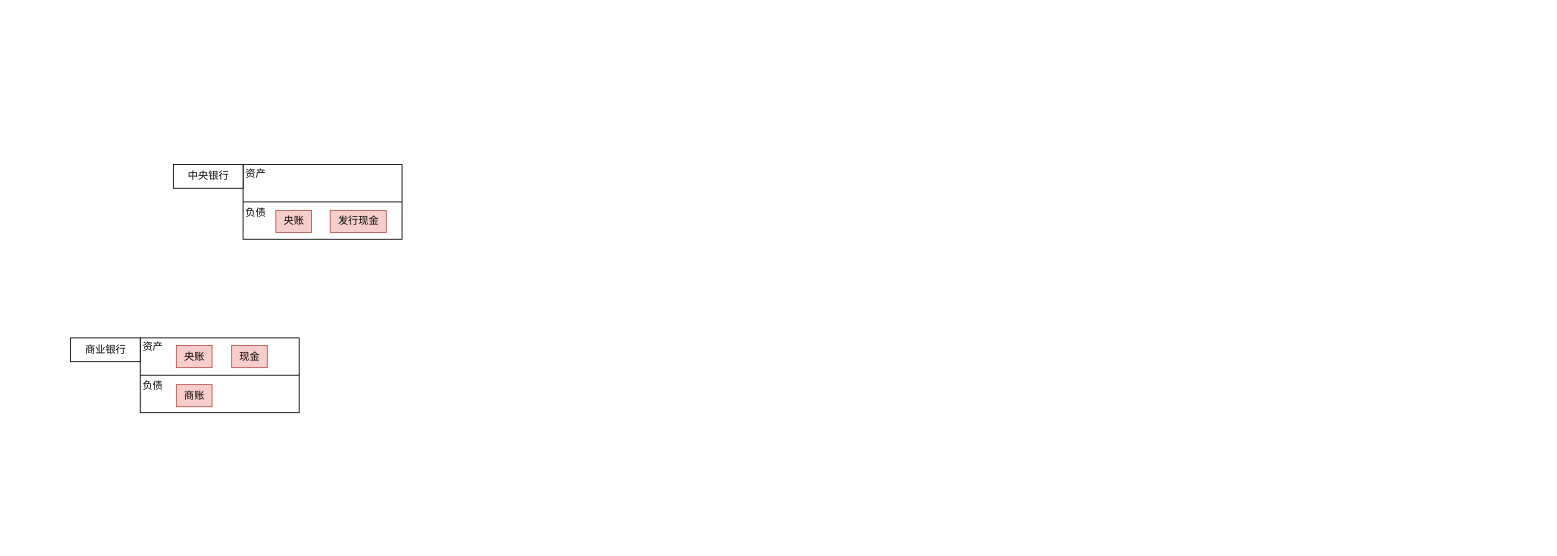
This is 信用货币体系.drawio from AngLI1992/draw.io, a draw.io file, before an edit. Source tidied: cells renumbered, new cells numbered last; positions are measured from the earlier drawing's top-left corner, leaving out a move shared by most shapes. Both pictures are drawn from the tidied source at 85%, with x=0, y=0 at pixel (71, 162).
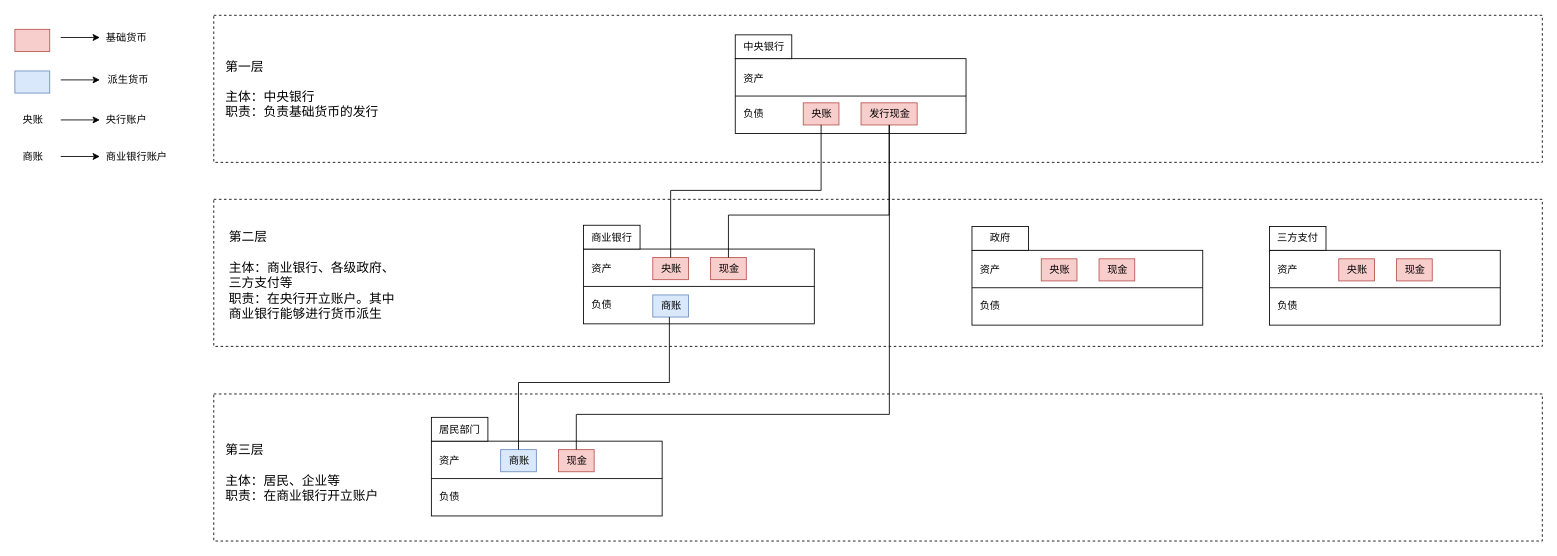
Above is the later version.

Commit message (it also covers changes not shown here):
更新信用货币体系.drawio

What changed in the source:
```diff
@@
-    <mxCell id="2" style="rounded=0;whiteSpace=wrap;html=1;" parent="1" vertex="1">
-      <mxGeometry x="202.5" y="2" width="187" height="88" as="geometry" />
-    </mxCell>
-    <mxCell id="3" value="中央银行" style="rounded=0;whiteSpace=wrap;html=1;" parent="1" vertex="1">
-      <mxGeometry x="120.5" y="2" width="82" height="28" as="geometry" />
-    </mxCell>
-    <mxCell id="4" style="endArrow=none;html=1;rounded=0;exitX=0;exitY=0.5;exitDx=0;exitDy=0;entryX=1;entryY=0.5;entryDx=0;entryDy=0;" parent="1" edge="1" source="2" target="2">
-      <mxGeometry relative="1" as="geometry" />
-    </mxCell>
-    <mxCell id="5" value="资产" style="text;html=1;align=center;verticalAlign=middle;strokeColor=none;fillColor=none;" parent="1" vertex="1">
-      <mxGeometry x="196" width="42" height="26" as="geometry" />
-    </mxCell>
-    <mxCell id="6" value="负债" style="text;html=1;align=center;verticalAlign=middle;strokeColor=none;fillColor=none;" parent="1" vertex="1">
-      <mxGeometry x="196" y="46" width="42" height="26" as="geometry" />
-    </mxCell>
-    <mxCell id="7" value="央账" style="text;html=1;align=center;verticalAlign=middle;strokeColor=#b85450;fillColor=#f8cecc;" parent="1" vertex="1">
-      <mxGeometry x="241" y="56" width="42" height="26" as="geometry" />
-    </mxCell>
-    <mxCell id="8" value="发行现金" style="text;html=1;align=center;verticalAlign=middle;points=[];strokeColor=#b85450;fillColor=#f8cecc;" parent="1" vertex="1">
-      <mxGeometry x="305" y="56" width="66" height="26" as="geometry" />
-    </mxCell>
+    <mxCell id="17" style="rounded=0;whiteSpace=wrap;html=1;dashed=1;" parent="1" vertex="1">
+      <mxGeometry x="168" y="272" width="1563" height="173" as="geometry" />
+    </mxCell>
+    <mxCell id="18" style="rounded=0;whiteSpace=wrap;html=1;dashed=1;" parent="1" vertex="1">
+      <mxGeometry x="168" y="43" width="1563" height="173" as="geometry" />
+    </mxCell>
+    <mxCell id="19" style="rounded=0;whiteSpace=wrap;html=1;dashed=1;" parent="1" vertex="1">
+      <mxGeometry x="168" y="-173.5" width="1563" height="173" as="geometry" />
+    </mxCell>
     <mxCell id="9" style="rounded=0;whiteSpace=wrap;html=1;" parent="1" vertex="1">
-      <mxGeometry x="81.5" y="206" width="187" height="88" as="geometry" />
+      <mxGeometry x="603" y="101.5" width="271.5" height="88" as="geometry" />
     </mxCell>
     <mxCell id="10" value="商业银行" style="rounded=0;whiteSpace=wrap;html=1;" parent="1" vertex="1">
-      <mxGeometry x="-0.5" y="206" width="82" height="28" as="geometry" />
+      <mxGeometry x="603" y="73.5" width="66.5" height="28" as="geometry" />
     </mxCell>
@@
     <mxCell id="12" value="资产" style="text;html=1;align=center;verticalAlign=middle;strokeColor=none;fillColor=none;" parent="1" vertex="1">
-      <mxGeometry x="75" y="204" width="42" height="26" as="geometry" />
+      <mxGeometry x="603" y="111.5" width="42" height="26" as="geometry" />
     </mxCell>
     <mxCell id="13" value="负债" style="text;html=1;align=center;verticalAlign=middle;strokeColor=none;fillColor=none;" parent="1" vertex="1">
-      <mxGeometry x="75" y="250" width="42" height="26" as="geometry" />
+      <mxGeometry x="603" y="153.5" width="42" height="26" as="geometry" />
     </mxCell>
     <mxCell id="14" value="央账" style="text;html=1;align=center;verticalAlign=middle;points=[];strokeColor=#b85450;fillColor=#f8cecc;" parent="1" vertex="1">
-      <mxGeometry x="124" y="215" width="42" height="26" as="geometry" />
+      <mxGeometry x="684.5" y="111.5" width="42" height="26" as="geometry" />
     </mxCell>
     <mxCell id="15" value="现金" style="text;html=1;align=center;verticalAlign=middle;points=[];strokeColor=#b85450;fillColor=#f8cecc;" parent="1" vertex="1">
-      <mxGeometry x="189" y="215" width="42" height="26" as="geometry" />
+      <mxGeometry x="752.5" y="111.5" width="42" height="26" as="geometry" />
     </mxCell>
-    <mxCell id="16" value="商账" style="text;html=1;align=center;verticalAlign=middle;strokeColor=#b85450;fillColor=#f8cecc;" parent="1" vertex="1">
-      <mxGeometry x="124" y="261" width="42" height="26" as="geometry" />
+    <mxCell id="16" value="商账" style="text;html=1;align=center;verticalAlign=middle;strokeColor=#6c8ebf;fillColor=#dae8fc;" parent="1" vertex="1">
+      <mxGeometry x="684.5" y="155.5" width="42" height="26" as="geometry" />
     </mxCell>
+    <mxCell id="20" style="rounded=0;whiteSpace=wrap;html=1;" parent="1" vertex="1">
+      <mxGeometry x="781.5" y="-122.5" width="271.5" height="88" as="geometry" />
+    </mxCell>
+    <mxCell id="3" value="中央银行" style="rounded=0;whiteSpace=wrap;html=1;" parent="1" vertex="1">
+      <mxGeometry x="781.5" y="-150.5" width="66.5" height="28" as="geometry" />
+    </mxCell>
+    <mxCell id="21" style="endArrow=none;html=1;rounded=0;exitX=0;exitY=0.5;exitDx=0;exitDy=0;entryX=1;entryY=0.5;entryDx=0;entryDy=0;" parent="1" edge="1" source="20" target="20">
+      <mxGeometry relative="1" as="geometry" />
+    </mxCell>
+    <mxCell id="22" value="资产" style="text;html=1;align=center;verticalAlign=middle;strokeColor=none;fillColor=none;" parent="1" vertex="1">
+      <mxGeometry x="781.5" y="-112.5" width="42" height="26" as="geometry" />
+    </mxCell>
+    <mxCell id="23" value="负债" style="text;html=1;align=center;verticalAlign=middle;strokeColor=none;fillColor=none;" parent="1" vertex="1">
+      <mxGeometry x="781.5" y="-70.5" width="42" height="26" as="geometry" />
+    </mxCell>
+    <mxCell id="24" value="央账" style="text;html=1;align=center;verticalAlign=middle;points=[];strokeColor=#b85450;fillColor=#f8cecc;" parent="1" vertex="1">
+      <mxGeometry x="861.5" y="-70.5" width="42" height="26" as="geometry" />
+    </mxCell>
+    <mxCell id="8" value="发行现金" style="text;html=1;align=center;verticalAlign=middle;points=[];strokeColor=#b85450;fillColor=#f8cecc;" parent="1" vertex="1">
+      <mxGeometry x="929.5" y="-70.5" width="66" height="26" as="geometry" />
+    </mxCell>
+    <mxCell id="25" style="edgeStyle=orthogonalEdgeStyle;rounded=0;jettySize=auto;html=1;startArrow=none;startFill=0;endArrow=none;endFill=0;" parent="1" edge="1" source="14" target="24">
+      <mxGeometry relative="1" as="geometry">
+        <Array as="points">
+          <mxPoint x="705.5" y="32.5" />
+          <mxPoint x="882.5" y="32.5" />
+        </Array>
+      </mxGeometry>
+    </mxCell>
+    <mxCell id="26" style="edgeStyle=orthogonalEdgeStyle;rounded=0;jettySize=auto;html=1;entryX=0.5;entryY=1;entryDx=0;entryDy=0;entryPerimeter=0;endArrow=none;endFill=0;" parent="1" edge="1" source="15" target="8">
+      <mxGeometry relative="1" as="geometry">
+        <Array as="points">
+          <mxPoint x="774" y="61.5" />
+          <mxPoint x="963" y="61.5" />
+        </Array>
+      </mxGeometry>
+    </mxCell>
+    <mxCell id="27" style="rounded=0;whiteSpace=wrap;html=1;" parent="1" vertex="1">
+      <mxGeometry x="424" y="327.5" width="271.5" height="88" as="geometry" />
+    </mxCell>
+    <mxCell id="28" value="居民部门" style="rounded=0;whiteSpace=wrap;html=1;" parent="1" vertex="1">
+      <mxGeometry x="424" y="299.5" width="66.5" height="28" as="geometry" />
+    </mxCell>
+    <mxCell id="29" style="endArrow=none;html=1;rounded=0;exitX=0;exitY=0.5;exitDx=0;exitDy=0;entryX=1;entryY=0.5;entryDx=0;entryDy=0;" parent="1" edge="1" source="27" target="27">
+      <mxGeometry relative="1" as="geometry" />
+    </mxCell>
+    <mxCell id="30" value="资产" style="text;html=1;align=center;verticalAlign=middle;strokeColor=none;fillColor=none;" parent="1" vertex="1">
+      <mxGeometry x="424" y="337.5" width="42" height="26" as="geometry" />
+    </mxCell>
+    <mxCell id="31" value="负债" style="text;html=1;align=center;verticalAlign=middle;strokeColor=none;fillColor=none;" parent="1" vertex="1">
+      <mxGeometry x="424" y="379.5" width="42" height="26" as="geometry" />
+    </mxCell>
+    <mxCell id="32" value="商账" style="text;html=1;align=center;verticalAlign=middle;points=[];strokeColor=#6c8ebf;fillColor=#dae8fc;" parent="1" vertex="1">
+      <mxGeometry x="505.5" y="337.5" width="42" height="26" as="geometry" />
+    </mxCell>
+    <mxCell id="33" value="现金" style="text;html=1;align=center;verticalAlign=middle;points=[];strokeColor=#b85450;fillColor=#f8cecc;" parent="1" vertex="1">
+      <mxGeometry x="573.5" y="337.5" width="42" height="26" as="geometry" />
+    </mxCell>
+    <mxCell id="34" style="edgeStyle=orthogonalEdgeStyle;rounded=0;jettySize=auto;html=1;startArrow=none;startFill=0;endArrow=none;endFill=0;" parent="1" edge="1" source="32">
+      <mxGeometry relative="1" as="geometry">
+        <mxPoint x="704" y="181.5" as="targetPoint" />
+        <Array as="points">
+          <mxPoint x="526.5" y="258.5" />
+          <mxPoint x="703.5" y="258.5" />
+        </Array>
+      </mxGeometry>
+    </mxCell>
+    <mxCell id="35" style="edgeStyle=orthogonalEdgeStyle;rounded=0;jettySize=auto;html=1;entryX=0.505;entryY=1;entryDx=0;entryDy=0;entryPerimeter=0;endArrow=none;endFill=0;" parent="1" edge="1" source="33" target="8">
+      <mxGeometry relative="1" as="geometry">
+        <Array as="points">
+          <mxPoint x="595" y="296" />
+          <mxPoint x="963" y="296" />
+        </Array>
+      </mxGeometry>
+    </mxCell>
+    <mxCell id="36" value="&amp;nbsp; &amp;nbsp; &amp;nbsp; &amp;nbsp;" style="text;html=1;align=center;verticalAlign=middle;strokeColor=#b85450;fillColor=#f8cecc;" parent="1" vertex="1">
+      <mxGeometry x="-66" y="-157" width="41" height="26" as="geometry" />
+    </mxCell>
+    <mxCell id="37" value="基础货币" style="text;html=1;align=center;verticalAlign=middle;strokeColor=none;fillColor=none;" parent="1" vertex="1">
+      <mxGeometry x="32" y="-160" width="66" height="26" as="geometry" />
+    </mxCell>
+    <mxCell id="38" value="&amp;nbsp; &amp;nbsp; &amp;nbsp; &amp;nbsp;" style="text;html=1;align=center;verticalAlign=middle;strokeColor=#6c8ebf;fillColor=#dae8fc;" parent="1" vertex="1">
+      <mxGeometry x="-66" y="-108" width="41" height="26" as="geometry" />
+    </mxCell>
+    <mxCell id="39" value="派生货币" style="text;html=1;align=center;verticalAlign=middle;strokeColor=none;fillColor=none;" parent="1" vertex="1">
+      <mxGeometry x="34" y="-110" width="66" height="26" as="geometry" />
+    </mxCell>
+    <mxCell id="40" style="rounded=0;whiteSpace=wrap;html=1;" parent="1" vertex="1">
+      <mxGeometry x="1060" y="103" width="271.5" height="88" as="geometry" />
+    </mxCell>
+    <mxCell id="41" value="政府" style="rounded=0;whiteSpace=wrap;html=1;" parent="1" vertex="1">
+      <mxGeometry x="1060" y="75" width="66.5" height="28" as="geometry" />
+    </mxCell>
+    <mxCell id="42" style="endArrow=none;html=1;rounded=0;exitX=0;exitY=0.5;exitDx=0;exitDy=0;entryX=1;entryY=0.5;entryDx=0;entryDy=0;" parent="1" edge="1" source="40" target="40">
+      <mxGeometry relative="1" as="geometry" />
+    </mxCell>
+    <mxCell id="43" value="资产" style="text;html=1;align=center;verticalAlign=middle;strokeColor=none;fillColor=none;" parent="1" vertex="1">
+      <mxGeometry x="1060" y="113" width="42" height="26" as="geometry" />
+    </mxCell>
+    <mxCell id="44" value="负债" style="text;html=1;align=center;verticalAlign=middle;strokeColor=none;fillColor=none;" parent="1" vertex="1">
+      <mxGeometry x="1060" y="155" width="42" height="26" as="geometry" />
+    </mxCell>
+    <mxCell id="45" value="央账" style="text;html=1;align=center;verticalAlign=middle;strokeColor=#b85450;fillColor=#f8cecc;" parent="1" vertex="1">
+      <mxGeometry x="1141.5" y="113" width="42" height="26" as="geometry" />
+    </mxCell>
+    <mxCell id="46" value="现金" style="text;html=1;align=center;verticalAlign=middle;strokeColor=#b85450;fillColor=#f8cecc;" parent="1" vertex="1">
+      <mxGeometry x="1209.5" y="113" width="42" height="26" as="geometry" />
+    </mxCell>
+    <mxCell id="47" style="rounded=0;whiteSpace=wrap;html=1;" parent="1" vertex="1">
+      <mxGeometry x="1410" y="103" width="271.5" height="88" as="geometry" />
+    </mxCell>
+    <mxCell id="48" value="三方支付" style="rounded=0;whiteSpace=wrap;html=1;" parent="1" vertex="1">
+      <mxGeometry x="1410" y="75" width="66.5" height="28" as="geometry" />
+    </mxCell>
+    <mxCell id="49" style="endArrow=none;html=1;rounded=0;exitX=0;exitY=0.5;exitDx=0;exitDy=0;entryX=1;entryY=0.5;entryDx=0;entryDy=0;" parent="1" edge="1" source="47" target="47">
+      <mxGeometry relative="1" as="geometry" />
+    </mxCell>
+    <mxCell id="50" value="资产" style="text;html=1;align=center;verticalAlign=middle;strokeColor=none;fillColor=none;" parent="1" vertex="1">
+      <mxGeometry x="1410" y="113" width="42" height="26" as="geometry" />
+    </mxCell>
+    <mxCell id="51" value="负债" style="text;html=1;align=center;verticalAlign=middle;strokeColor=none;fillColor=none;" parent="1" vertex="1">
+      <mxGeometry x="1410" y="155" width="42" height="26" as="geometry" />
+    </mxCell>
+    <mxCell id="52" value="央账" style="text;html=1;align=center;verticalAlign=middle;strokeColor=#b85450;fillColor=#f8cecc;" parent="1" vertex="1">
+      <mxGeometry x="1491.5" y="113" width="42" height="26" as="geometry" />
+    </mxCell>
+    <mxCell id="53" value="现金" style="text;html=1;align=center;verticalAlign=middle;strokeColor=#b85450;fillColor=#f8cecc;" parent="1" vertex="1">
+      <mxGeometry x="1559.5" y="113" width="42" height="26" as="geometry" />
+    </mxCell>
+    <mxCell id="54" value="&lt;div style=&quot;text-align: left;&quot;&gt;&lt;span style=&quot;background-color: initial;&quot;&gt;第一层&amp;nbsp;&lt;/span&gt;&lt;/div&gt;&lt;div style=&quot;text-align: left;&quot;&gt;&lt;span style=&quot;background-color: initial;&quot;&gt;&lt;br&gt;&lt;/span&gt;&lt;/div&gt;&lt;div style=&quot;text-align: left;&quot;&gt;&lt;span style=&quot;background-color: initial;&quot;&gt;主体：中央银行&lt;/span&gt;&lt;/div&gt;&lt;div style=&quot;text-align: left;&quot;&gt;&lt;span style=&quot;background-color: initial;&quot;&gt;职责：负责基础货币的发行&lt;/span&gt;&lt;/div&gt;" style="text;html=1;strokeColor=none;fillColor=none;align=center;verticalAlign=middle;whiteSpace=wrap;rounded=0;fontSize=15;" parent="1" vertex="1">
+      <mxGeometry x="174" y="-116" width="196" height="58" as="geometry" />
+    </mxCell>
+    <mxCell id="55" value="&lt;div style=&quot;text-align: left;&quot;&gt;&lt;span style=&quot;background-color: initial;&quot;&gt;第二层&amp;nbsp;&lt;/span&gt;&lt;/div&gt;&lt;div style=&quot;text-align: left;&quot;&gt;&lt;span style=&quot;background-color: initial;&quot;&gt;&lt;br&gt;&lt;/span&gt;&lt;/div&gt;&lt;div style=&quot;text-align: left;&quot;&gt;&lt;span style=&quot;background-color: initial;&quot;&gt;主体：商业银行、各级政府、三方支付等&lt;/span&gt;&lt;/div&gt;&lt;div style=&quot;text-align: left;&quot;&gt;&lt;span style=&quot;background-color: initial;&quot;&gt;职责：在央行开立账户。其中商业银行能够进行货币派生&lt;/span&gt;&lt;/div&gt;" style="text;html=1;strokeColor=none;fillColor=none;align=center;verticalAlign=middle;whiteSpace=wrap;rounded=0;fontSize=15;" parent="1" vertex="1">
+      <mxGeometry x="185" y="103" width="210" height="58" as="geometry" />
+    </mxCell>
+    <mxCell id="56" value="&lt;div style=&quot;text-align: left;&quot;&gt;&lt;span style=&quot;background-color: initial;&quot;&gt;第三层&amp;nbsp;&lt;/span&gt;&lt;/div&gt;&lt;div style=&quot;text-align: left;&quot;&gt;&lt;span style=&quot;background-color: initial;&quot;&gt;&lt;br&gt;&lt;/span&gt;&lt;/div&gt;&lt;div style=&quot;text-align: left;&quot;&gt;&lt;span style=&quot;background-color: initial;&quot;&gt;主体：居民、企业等&lt;/span&gt;&lt;/div&gt;&lt;div style=&quot;text-align: left;&quot;&gt;&lt;span style=&quot;background-color: initial;&quot;&gt;职责：在商业银行开立账户&lt;/span&gt;&lt;/div&gt;" style="text;html=1;strokeColor=none;fillColor=none;align=center;verticalAlign=middle;whiteSpace=wrap;rounded=0;fontSize=15;" parent="1" vertex="1">
+      <mxGeometry x="167" y="334.5" width="210" height="58" as="geometry" />
+    </mxCell>
+    <mxCell id="57" value="央账" style="text;html=1;align=center;verticalAlign=middle;strokeColor=none;fillColor=none;" parent="1" vertex="1">
+      <mxGeometry x="-66" y="-63" width="42" height="26" as="geometry" />
+    </mxCell>
+    <mxCell id="58" value="央行账户" style="text;html=1;align=center;verticalAlign=middle;strokeColor=none;fillColor=none;" parent="1" vertex="1">
+      <mxGeometry x="32" y="-63" width="66" height="26" as="geometry" />
+    </mxCell>
+    <mxCell id="59" value="商账" style="text;html=1;align=center;verticalAlign=middle;strokeColor=none;fillColor=none;" parent="1" vertex="1">
+      <mxGeometry x="-66" y="-20" width="42" height="26" as="geometry" />
+    </mxCell>
+    <mxCell id="60" value="商业银行账户" style="text;html=1;align=center;verticalAlign=middle;strokeColor=none;fillColor=none;" parent="1" vertex="1">
+      <mxGeometry x="32" y="-20" width="90" height="26" as="geometry" />
+    </mxCell>
+    <mxCell id="61" style="endArrow=classic;html=1;rounded=0;" parent="1" edge="1">
+      <mxGeometry relative="1" as="geometry">
+        <mxPoint x="-12" y="-7.4" as="sourcePoint" />
+        <mxPoint x="34" y="-7.4" as="targetPoint" />
+      </mxGeometry>
+    </mxCell>
+    <mxCell id="62" style="endArrow=classic;html=1;rounded=0;" parent="1" edge="1">
+      <mxGeometry relative="1" as="geometry">
+        <mxPoint x="-12" y="-50.4" as="sourcePoint" />
+        <mxPoint x="34" y="-50.4" as="targetPoint" />
+      </mxGeometry>
+    </mxCell>
+    <mxCell id="63" style="endArrow=classic;html=1;rounded=0;" parent="1" edge="1">
+      <mxGeometry relative="1" as="geometry">
+        <mxPoint x="-12" y="-97.5" as="sourcePoint" />
+        <mxPoint x="34" y="-97.5" as="targetPoint" />
+      </mxGeometry>
+    </mxCell>
+    <mxCell id="64" style="endArrow=classic;html=1;rounded=0;" parent="1" edge="1">
+      <mxGeometry relative="1" as="geometry">
+        <mxPoint x="-12" y="-147.4" as="sourcePoint" />
+        <mxPoint x="34" y="-147.4" as="targetPoint" />
+      </mxGeometry>
+    </mxCell>
```
